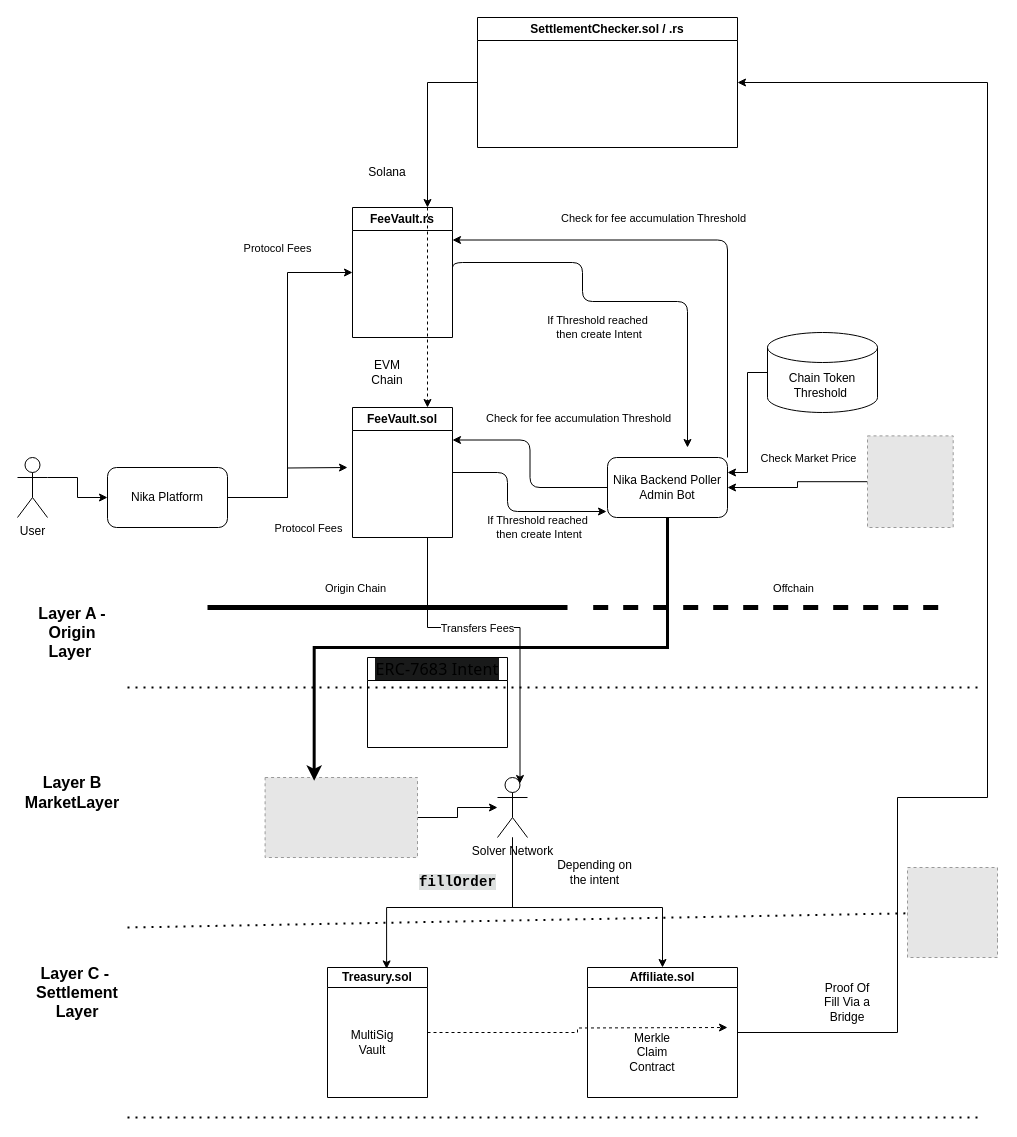
Earlier version of the draw.io diagram Nika Finance SD.drawio (ChanX21/Diagrams). Source tidied: cells renumbered, new cells numbered last; positions are measured from the earlier drawing's top-left corner, leaving out a move shared by most shapes. Both pictures are drawn from the tidied source at 100%, with x=0, y=0 at pixel (17, 17). Pictures stored in the file or linked from it are replaced by grey dashed boxes.
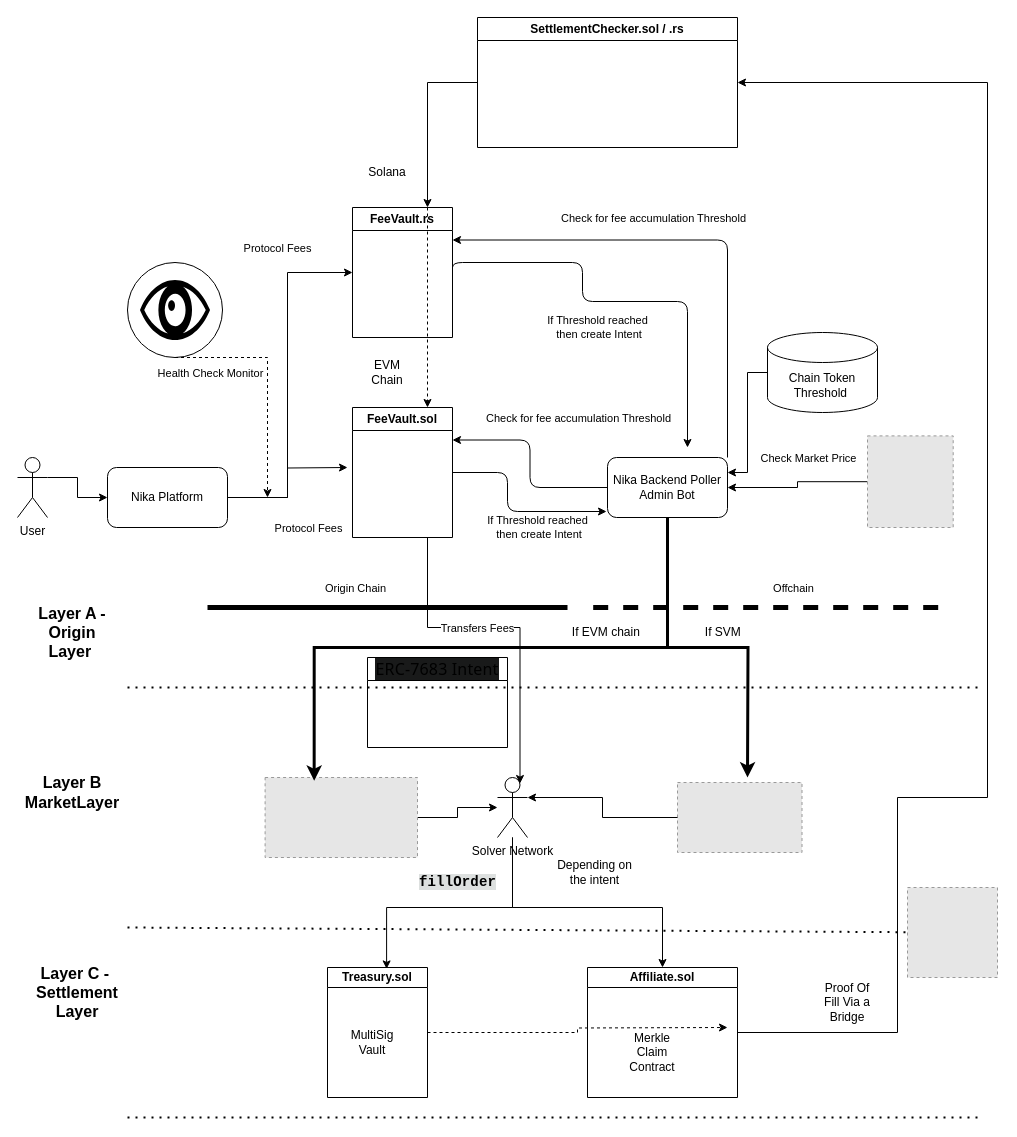
The same page after the edit.

Unchanged cells that the change refers to:
```xml
<mxCell id="18" value="Nika Backend Poller Admin Bot" style="rounded=1;whiteSpace=wrap;html=1;" parent="1" vertex="1">
  <mxGeometry x="590" y="440" width="120" height="60" as="geometry" />
</mxCell>
<mxCell id="39" value="Solver Network" style="shape=umlActor;verticalLabelPosition=bottom;verticalAlign=top;html=1;outlineConnect=0;" parent="1" vertex="1">
  <mxGeometry x="480" y="760" width="30" height="60" as="geometry" />
</mxCell>
```

Diff of the diagram source:
```diff
@@
     <mxCell id="54" style="fillColor=#E6E6E6;strokeColor=#999999;dashed=1;verticalLabelPosition=bottom;labelBackgroundColor=default;verticalAlign=top;" parent="1" vertex="1">
-      <mxGeometry x="890" y="850" width="90" height="90" as="geometry" />
+      <mxGeometry x="890" y="870" width="90" height="90" as="geometry" />
     </mxCell>
@@
+    <mxCell id="58" style="ellipse;whiteSpace=wrap;html=1;" parent="1" vertex="1">
+      <mxGeometry x="110" y="245" width="95" height="95" as="geometry" />
+    </mxCell>
+    <mxCell id="59" style="shape=mxgraph.signs.healthcare.eye;html=1;fillColor=#000000;strokeColor=none;verticalLabelPosition=bottom;verticalAlign=top;align=center;" parent="1" vertex="1">
+      <mxGeometry x="122.5" y="262.5" width="70" height="60" as="geometry" />
+    </mxCell>
+    <mxCell id="60" style="endArrow=classic;html=1;rounded=0;exitX=0.5;exitY=1;exitDx=0;exitDy=0;dashed=1;" parent="1" edge="1" source="58">
+      <mxGeometry relative="1" as="geometry">
+        <mxPoint x="250" y="480" as="targetPoint" />
+        <Array as="points">
+          <mxPoint x="250" y="340" />
+        </Array>
+      </mxGeometry>
+    </mxCell>
+    <mxCell id="61" value="Health Check Monitor" style="edgeLabel;html=1;align=center;verticalAlign=middle;" parent="1" vertex="1">
+      <mxGeometry x="192.5" y="355" as="geometry" />
+    </mxCell>
+    <mxCell id="62" style="fillColor=#E6E6E6;strokeColor=#999999;dashed=1;verticalLabelPosition=bottom;labelBackgroundColor=default;verticalAlign=top;" parent="1" vertex="1">
+      <mxGeometry x="660" y="765" width="124.5" height="70" as="geometry" />
+    </mxCell>
+    <mxCell id="63" style="edgeStyle=orthogonalEdgeStyle;rounded=0;jettySize=auto;html=1;exitX=0.5;exitY=1;exitDx=0;exitDy=0;strokeWidth=3;" parent="1" edge="1" source="18">
+      <mxGeometry relative="1" as="geometry">
+        <mxPoint x="730" y="760" as="targetPoint" />
+      </mxGeometry>
+    </mxCell>
+    <mxCell id="64" style="edgeStyle=orthogonalEdgeStyle;rounded=0;jettySize=auto;html=1;exitX=0;exitY=0.5;exitDx=0;exitDy=0;entryX=1;entryY=0.3333333333333333;entryDx=0;entryDy=0;entryPerimeter=0;" parent="1" edge="1" source="62" target="39">
+      <mxGeometry relative="1" as="geometry" />
+    </mxCell>
+    <mxCell id="65" value="If SVM&amp;nbsp;" style="text;html=1;whiteSpace=wrap;strokeColor=none;fillColor=none;align=center;verticalAlign=middle;rounded=0;" parent="1" vertex="1">
+      <mxGeometry x="660" y="600" width="95" height="30" as="geometry" />
+    </mxCell>
+    <mxCell id="66" value="If EVM chain&amp;nbsp;" style="text;html=1;whiteSpace=wrap;strokeColor=none;fillColor=none;align=center;verticalAlign=middle;rounded=0;" parent="1" vertex="1">
+      <mxGeometry x="542.5" y="600" width="95" height="30" as="geometry" />
+    </mxCell>
```
